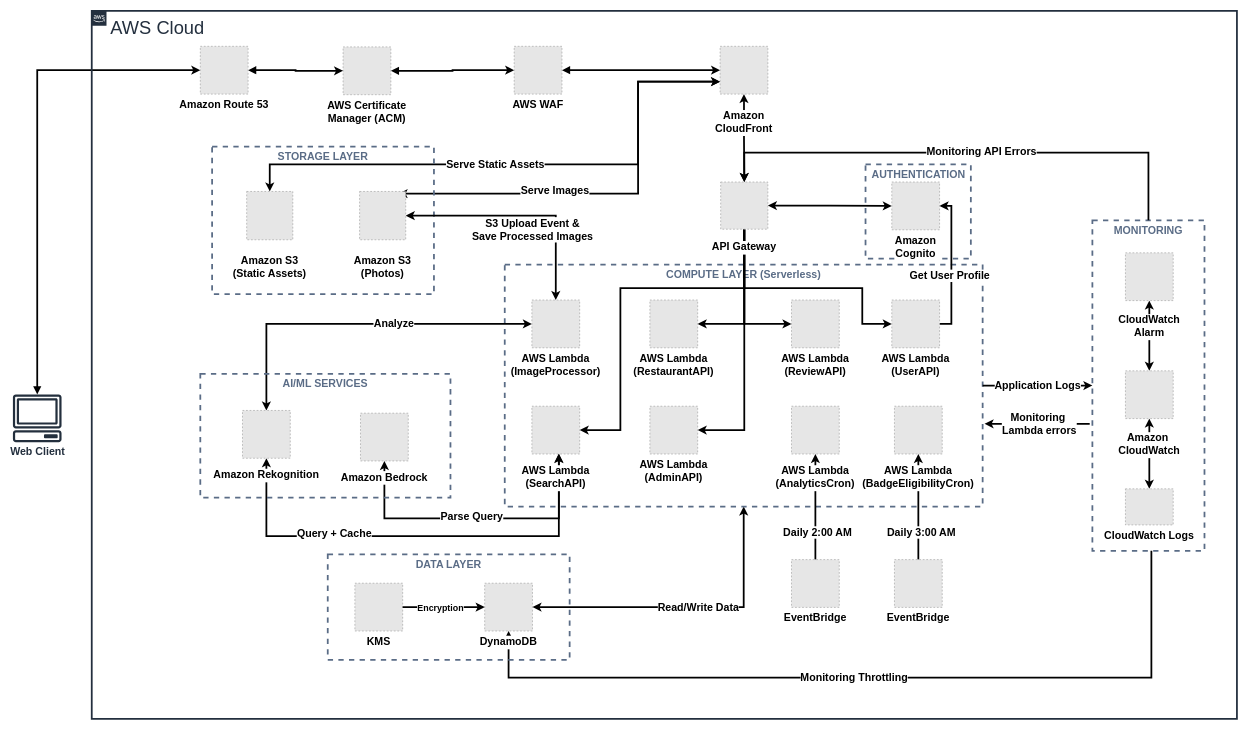
The draw.io diagram 4N1D-Architechture.drawio in 4N1D/aws-workshop, before the edit. Source tidied: cells renumbered, new cells numbered last; positions are measured from the earlier drawing's top-left corner, leaving out a move shared by most shapes. Both pictures are drawn from the tidied source at 59%, with x=0, y=0 at pixel (12, 11). Pictures stored in the file or linked from it are replaced by grey dashed boxes.
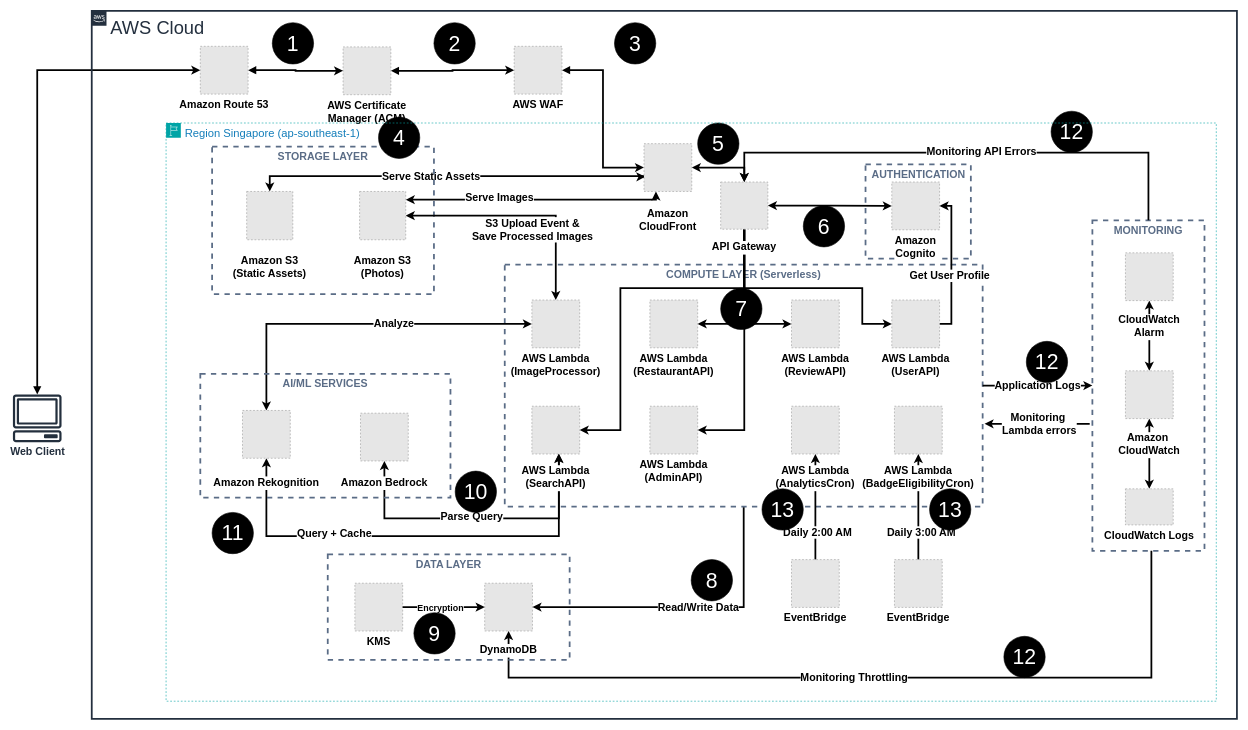
The same page after the edit.

Unchanged cells that the change refers to:
```xml
<mxCell id="4" value="AWS Cloud" style="gradientColor=none;html=1;whiteSpace=wrap;fontSize=31;fontStyle=0;shape=mxgraph.aws4.group;grIcon=mxgraph.aws4.group_aws_cloud_alt;strokeColor=#232F3E;fillColor=none;verticalAlign=top;align=left;spacingLeft=30;fontColor=#232F3E;dashed=0;strokeWidth=3;spacingTop=4;" parent="1" vertex="1">
  <mxGeometry x="134" width="1941" height="1200" as="geometry" />
</mxCell>
<mxCell id="7" value="&lt;b&gt;&lt;font style=&quot;font-size: 18px;&quot;&gt;COMPUTE LAYER (Serverless)&lt;/font&gt;&lt;/b&gt;" style="fillColor=none;strokeColor=#5A6C86;dashed=1;verticalAlign=top;fontStyle=0;fontColor=#5A6C86;whiteSpace=wrap;html=1;strokeWidth=3;" parent="4" vertex="1">
  <mxGeometry x="700" y="430" width="810" height="410" as="geometry" />
</mxCell>
<mxCell id="64" value="Amazon S3&#10;(Static Assets)" style="fillColor=#E6E6E6;strokeColor=#999999;dashed=1;verticalLabelPosition=bottom;labelBackgroundColor=default;verticalAlign=top;fontStyle=1;fontSize=18;spacingTop=17;" parent="62" vertex="1">
  <mxGeometry x="58.6" y="76" width="78.2" height="81.9" as="geometry" />
</mxCell>
<mxCell id="65" value="Amazon S3&#10;(Photos)" style="fillColor=#E6E6E6;strokeColor=#999999;dashed=1;verticalLabelPosition=bottom;labelBackgroundColor=default;verticalAlign=top;fontStyle=1;fontSize=18;spacingTop=17;" parent="62" vertex="1">
  <mxGeometry x="250" y="76" width="78.2" height="81.9" as="geometry" />
</mxCell>
<mxCell id="74" style="group;" parent="4" vertex="1">
  <mxGeometry x="400" y="921" width="410" height="179" as="geometry" />
</mxCell>
```

Change to the diagram source:
```diff
@@
-    <mxCell id="5" style="edgeStyle=orthogonalEdgeStyle;rounded=0;jettySize=auto;html=1;entryX=1;entryY=0.5;entryDx=0;entryDy=0;strokeWidth=3;startArrow=classic;startFill=1;" parent="4" edge="1" source="7" target="76">
+    <mxCell id="5" style="edgeStyle=orthogonalEdgeStyle;rounded=0;jettySize=auto;html=1;entryX=1;entryY=0.5;entryDx=0;entryDy=0;strokeWidth=3;startArrow=none;startFill=0;" parent="4" edge="1" source="7" target="76">
       <mxGeometry relative="1" as="geometry" />
     </mxCell>
@@
-    <mxCell id="21" style="edgeStyle=orthogonalEdgeStyle;rounded=0;jettySize=auto;html=1;entryX=0.844;entryY=0.046;entryDx=0;entryDy=0;strokeWidth=3;entryPerimeter=0;startArrow=classic;startFill=1;" parent="4" edge="1" source="25" target="65">
+    <mxCell id="21" style="edgeStyle=orthogonalEdgeStyle;rounded=0;jettySize=auto;html=1;strokeWidth=3;startArrow=classic;startFill=1;exitX=0.25;exitY=1;exitDx=0;exitDy=0;" parent="4" edge="1" source="25" target="65">
       <mxGeometry relative="1" as="geometry">
         <Array as="points">
-          <mxPoint x="926" y="120" />
-          <mxPoint x="926" y="310" />
+          <mxPoint x="956" y="320" />
         </Array>
       </mxGeometry>
     </mxCell>
@@
-    <mxCell id="23" style="edgeStyle=orthogonalEdgeStyle;rounded=0;jettySize=auto;html=1;entryX=0.5;entryY=0;entryDx=0;entryDy=0;strokeWidth=3;startArrow=classic;startFill=1;" parent="4" edge="1" source="25" target="64">
+    <mxCell id="23" style="edgeStyle=orthogonalEdgeStyle;rounded=0;jettySize=auto;html=1;entryX=0.5;entryY=0;entryDx=0;entryDy=0;strokeWidth=3;startArrow=classic;startFill=1;exitX=0.029;exitY=0.692;exitDx=0;exitDy=0;exitPerimeter=0;" parent="4" edge="1" source="25" target="64">
       <mxGeometry relative="1" as="geometry">
         <Array as="points">
-          <mxPoint x="926" y="120" />
-          <mxPoint x="926" y="260" />
-          <mxPoint x="302" y="260" />
+          <mxPoint x="936" y="281" />
+          <mxPoint x="936" y="280" />
+          <mxPoint x="302" y="280" />
         </Array>
       </mxGeometry>
     </mxCell>
@@
     <mxCell id="25" value="Amazon&#10;CloudFront" style="fillColor=#E6E6E6;strokeColor=#999999;dashed=1;verticalLabelPosition=bottom;labelBackgroundColor=default;verticalAlign=top;fontStyle=1;fontSize=18;spacingTop=19;" parent="4" vertex="1">
-      <mxGeometry x="1065" y="60" width="81" height="81" as="geometry" />
+      <mxGeometry x="936" y="225" width="81" height="81" as="geometry" />
     </mxCell>
@@
-    <mxCell id="41" style="group;" parent="4" vertex="1">
+    <mxCell id="41" style="group;spacingTop=0;spacing=2;" parent="4" vertex="1">
       <mxGeometry x="184" y="615" width="424" height="210" as="geometry" />
     </mxCell>
@@
-    <mxCell id="43" value="Amazon Bedrock" style="fillColor=#E6E6E6;strokeColor=#999999;dashed=1;verticalLabelPosition=bottom;labelBackgroundColor=default;verticalAlign=top;fontStyle=1;fontSize=18;spacingTop=10;" parent="41" vertex="1">
+    <mxCell id="43" value="Amazon Bedrock" style="fillColor=#E6E6E6;strokeColor=#999999;dashed=1;verticalLabelPosition=bottom;labelBackgroundColor=default;verticalAlign=top;fontStyle=1;fontSize=18;spacingTop=10;spacing=11;" parent="41" vertex="1">
       <mxGeometry x="271.5" y="66.8" width="81" height="81" as="geometry" />
     </mxCell>
-    <mxCell id="44" value="Amazon Rekognition" style="fillColor=#E6E6E6;strokeColor=#999999;dashed=1;verticalLabelPosition=bottom;labelBackgroundColor=default;verticalAlign=top;fontStyle=1;fontSize=18;spacingTop=10;" parent="41" vertex="1">
+    <mxCell id="44" value="Amazon Rekognition" style="fillColor=#E6E6E6;strokeColor=#999999;dashed=1;verticalLabelPosition=bottom;labelBackgroundColor=default;verticalAlign=top;fontStyle=1;fontSize=18;spacingTop=10;spacing=15;" parent="41" vertex="1">
       <mxGeometry x="71.5" y="62.2" width="81" height="81" as="geometry" />
     </mxCell>
@@
-    <mxCell id="76" value="DynamoDB" style="fillColor=#E6E6E6;strokeColor=#999999;dashed=1;verticalLabelPosition=bottom;labelBackgroundColor=default;verticalAlign=top;fontStyle=1;fontSize=18;" parent="74" vertex="1">
+    <mxCell id="76" value="DynamoDB" style="fillColor=#E6E6E6;strokeColor=#999999;dashed=1;verticalLabelPosition=bottom;labelBackgroundColor=default;verticalAlign=top;fontStyle=1;fontSize=18;spacingTop=14;" parent="74" vertex="1">
       <mxGeometry x="266" y="49" width="81" height="81" as="geometry" />
     </mxCell>
@@
+    <mxCell id="83" value="9" style="ellipse;whiteSpace=wrap;html=1;fontSize=36;direction=west;fillColor=#000000;fontColor=#FFFFFF;" parent="74" vertex="1">
+      <mxGeometry x="146" y="99" width="70" height="70" as="geometry" />
+    </mxCell>
@@
+    <mxCell id="84" value="1" style="ellipse;whiteSpace=wrap;html=1;fontSize=36;direction=west;fillColor=#000000;fontColor=#FFFFFF;" parent="4" vertex="1">
+      <mxGeometry x="306" y="20" width="70" height="70" as="geometry" />
+    </mxCell>
+    <mxCell id="85" value="2" style="ellipse;whiteSpace=wrap;html=1;fontSize=36;direction=west;fillColor=#000000;fontColor=#FFFFFF;" parent="4" vertex="1">
+      <mxGeometry x="580" y="20" width="70" height="70" as="geometry" />
+    </mxCell>
+    <mxCell id="86" value="3" style="ellipse;whiteSpace=wrap;html=1;fontSize=36;direction=west;fillColor=#000000;fontColor=#FFFFFF;" parent="4" vertex="1">
+      <mxGeometry x="886" y="20" width="70" height="70" as="geometry" />
+    </mxCell>
+    <mxCell id="87" value="4" style="ellipse;whiteSpace=wrap;html=1;fontSize=36;direction=west;fillColor=#000000;fontColor=#FFFFFF;" parent="4" vertex="1">
+      <mxGeometry x="486" y="180" width="70" height="70" as="geometry" />
+    </mxCell>
+    <mxCell id="88" value="5" style="ellipse;whiteSpace=wrap;html=1;fontSize=36;direction=west;fillColor=#000000;fontColor=#FFFFFF;" parent="4" vertex="1">
+      <mxGeometry x="1027" y="190" width="70" height="70" as="geometry" />
+    </mxCell>
+    <mxCell id="89" value="6" style="ellipse;whiteSpace=wrap;html=1;fontSize=36;direction=west;fillColor=#000000;fontColor=#FFFFFF;" parent="4" vertex="1">
+      <mxGeometry x="1206" y="330" width="70" height="70" as="geometry" />
+    </mxCell>
+    <mxCell id="90" value="7" style="ellipse;whiteSpace=wrap;html=1;fontSize=36;direction=west;fillColor=#000000;fontColor=#FFFFFF;" parent="4" vertex="1">
+      <mxGeometry x="1066" y="470" width="70" height="70" as="geometry" />
+    </mxCell>
+    <mxCell id="91" value="10" style="ellipse;whiteSpace=wrap;html=1;fontSize=36;direction=west;fillColor=#000000;fontColor=#FFFFFF;" parent="4" vertex="1">
+      <mxGeometry x="616" y="780" width="70" height="70" as="geometry" />
+    </mxCell>
+    <mxCell id="92" value="11" style="ellipse;whiteSpace=wrap;html=1;fontSize=36;direction=west;fillColor=#000000;fontColor=#FFFFFF;" parent="4" vertex="1">
+      <mxGeometry x="204" y="850" width="70" height="70" as="geometry" />
+    </mxCell>
+    <mxCell id="93" value="12" style="ellipse;whiteSpace=wrap;html=1;fontSize=36;direction=west;fillColor=#000000;fontColor=#FFFFFF;" parent="4" vertex="1">
+      <mxGeometry x="1546" y="1060" width="70" height="70" as="geometry" />
+    </mxCell>
+    <mxCell id="94" value="12" style="ellipse;whiteSpace=wrap;html=1;fontSize=36;direction=west;fillColor=#000000;fontColor=#FFFFFF;" parent="4" vertex="1">
+      <mxGeometry x="1584" y="560" width="70" height="70" as="geometry" />
+    </mxCell>
+    <mxCell id="95" value="12" style="ellipse;whiteSpace=wrap;html=1;fontSize=36;direction=west;fillColor=#000000;fontColor=#FFFFFF;" parent="4" vertex="1">
+      <mxGeometry x="1626" y="170" width="70" height="70" as="geometry" />
+    </mxCell>
+    <mxCell id="96" value="13" style="ellipse;whiteSpace=wrap;html=1;fontSize=36;direction=west;fillColor=#000000;fontColor=#FFFFFF;" parent="4" vertex="1">
+      <mxGeometry x="1136" y="810" width="70" height="70" as="geometry" />
+    </mxCell>
+    <mxCell id="97" value="13" style="ellipse;whiteSpace=wrap;html=1;fontSize=36;direction=west;fillColor=#000000;fontColor=#FFFFFF;" parent="4" vertex="1">
+      <mxGeometry x="1420" y="810" width="70" height="70" as="geometry" />
+    </mxCell>
+    <mxCell id="98" value="8" style="ellipse;whiteSpace=wrap;html=1;fontSize=36;direction=west;fillColor=#000000;fontColor=#FFFFFF;" parent="1" vertex="1">
+      <mxGeometry x="1150" y="930" width="70" height="70" as="geometry" />
+    </mxCell>
+    <mxCell id="99" value="&lt;font style=&quot;font-size: 19px;&quot;&gt;Region Singapore (ap-southeast-1)&lt;/font&gt;" style="gradientColor=none;html=1;whiteSpace=wrap;fontSize=12;fontStyle=0;shape=mxgraph.aws4.group;grIcon=mxgraph.aws4.group_region;strokeColor=#00A4A6;fillColor=none;verticalAlign=top;align=left;spacingLeft=30;fontColor=#147EBA;dashed=1;" parent="1" vertex="1">
+      <mxGeometry x="260" y="190" width="1780" height="980" as="geometry" />
+    </mxCell>
```
